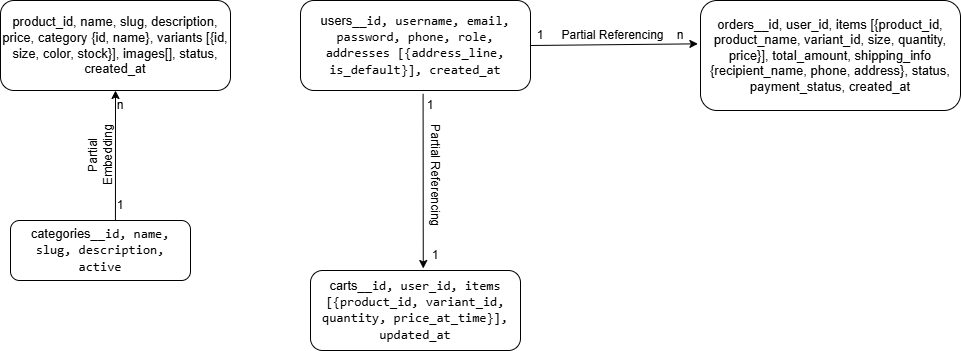
This is Docs/02-analysis/ERD_sportswear_SHOP.png from trongkhai0707-lgtm/sportswear-shop, a draw.io export, as it was before one commit. Source tidied: cells renumbered, new cells last; positions are measured from the earlier drawing's top-left corner, leaving out a move shared by most shapes. Source of this version:
```xml
<mxGraphModel>
  <root>
    <mxCell id="0" />
    <mxCell id="1" parent="0" />
    <mxCell id="2" value="&lt;font style=&quot;font-size: 13px;&quot;&gt;product_id, name, slug, description, price, category {id, name}, variants [{id, size, color, stock}], images[], status, created_at&lt;/font&gt;" style="rounded=1;whiteSpace=wrap;html=1;" parent="1" vertex="1">
      <mxGeometry width="230" height="90" as="geometry" />
    </mxCell>
    <mxCell id="3" value="&lt;font style=&quot;font-size: 13px;&quot;&gt;categories_&lt;span&gt;&lt;code&gt;_id, name, slug, description, active&lt;/code&gt;&lt;/span&gt;&lt;/font&gt;&lt;span&gt;&lt;sup class=&quot;superscript&quot;&gt;&lt;/sup&gt;&lt;/span&gt;" style="rounded=1;whiteSpace=wrap;html=1;" parent="1" vertex="1">
      <mxGeometry x="10" y="220" width="180" height="60" as="geometry" />
    </mxCell>
    <mxCell id="4" value="&lt;font style=&quot;font-size: 13px;&quot;&gt;users_&lt;span&gt;&lt;code&gt;_id, username, email, password, phone, role, addresses [{address_line, is_default}], created_at&lt;/code&gt;&lt;/span&gt;&lt;/font&gt;&lt;span&gt;&lt;sup class=&quot;superscript&quot;&gt;&lt;/sup&gt;&lt;/span&gt;" style="rounded=1;whiteSpace=wrap;html=1;" parent="1" vertex="1">
      <mxGeometry x="300" width="230" height="90" as="geometry" />
    </mxCell>
    <mxCell id="5" value="&lt;font style=&quot;font-size: 13px;&quot;&gt;carts_&lt;span&gt;&lt;code&gt;_id, user_id, items [{product_id, variant_id, quantity, price_at_time}], updated_at&lt;/code&gt;&lt;/span&gt;&lt;/font&gt;&lt;span&gt;&lt;sup class=&quot;superscript&quot;&gt;&lt;/sup&gt;&lt;/span&gt;" style="rounded=1;whiteSpace=wrap;html=1;" parent="1" vertex="1">
      <mxGeometry x="310" y="270" width="210" height="80" as="geometry" />
    </mxCell>
    <mxCell id="6" value="&lt;font style=&quot;font-size: 13px;&quot;&gt;orders__id, user_id, items [{product_id, product_name, variant_id, size, quantity, price}], total_amount, shipping_info {recipient_name, phone, address}, status, payment_status, created_at&lt;/font&gt;" style="rounded=1;whiteSpace=wrap;html=1;" parent="1" vertex="1">
      <mxGeometry x="700" width="260" height="110" as="geometry" />
    </mxCell>
    <mxCell id="7" style="endArrow=classic;html=1;rounded=0;entryX=0.5;entryY=1;entryDx=0;entryDy=0;exitX=0.583;exitY=0;exitDx=0;exitDy=0;exitPerimeter=0;" parent="1" edge="1" source="3" target="2">
      <mxGeometry relative="1" as="geometry" />
    </mxCell>
    <mxCell id="8" style="endArrow=classic;html=1;rounded=0;entryX=-0.01;entryY=0.394;entryDx=0;entryDy=0;entryPerimeter=0;exitX=1;exitY=0.5;exitDx=0;exitDy=0;" parent="1" edge="1" source="4" target="6">
      <mxGeometry relative="1" as="geometry" />
    </mxCell>
    <mxCell id="9" style="endArrow=classic;html=1;rounded=0;entryX=0.537;entryY=-0.025;entryDx=0;entryDy=0;entryPerimeter=0;exitX=0.533;exitY=1.037;exitDx=0;exitDy=0;exitPerimeter=0;" parent="1" edge="1" source="4" target="5">
      <mxGeometry relative="1" as="geometry" />
    </mxCell>
    <mxCell id="10" value="1" style="text;html=1;whiteSpace=wrap;strokeColor=none;fillColor=none;align=center;verticalAlign=middle;rounded=0;" parent="1" vertex="1">
      <mxGeometry x="510" y="20" width="60" height="30" as="geometry" />
    </mxCell>
    <mxCell id="11" value="n" style="text;html=1;whiteSpace=wrap;strokeColor=none;fillColor=none;align=center;verticalAlign=middle;rounded=0;" parent="1" vertex="1">
      <mxGeometry x="650" y="20" width="60" height="30" as="geometry" />
    </mxCell>
    <mxCell id="12" value="1" style="text;html=1;whiteSpace=wrap;strokeColor=none;fillColor=none;align=center;verticalAlign=middle;rounded=0;" parent="1" vertex="1">
      <mxGeometry x="90" y="190" width="60" height="30" as="geometry" />
    </mxCell>
    <mxCell id="13" value="n" style="text;html=1;whiteSpace=wrap;strokeColor=none;fillColor=none;align=center;verticalAlign=middle;rounded=0;" parent="1" vertex="1">
      <mxGeometry x="90" y="90" width="60" height="30" as="geometry" />
    </mxCell>
    <mxCell id="14" value="Partial Embedding" style="text;html=1;whiteSpace=wrap;strokeColor=none;fillColor=none;align=center;verticalAlign=middle;rounded=0;rotation=-90;" parent="1" vertex="1">
      <mxGeometry x="55" y="140" width="90" height="30" as="geometry" />
    </mxCell>
    <mxCell id="15" value="1" style="text;html=1;whiteSpace=wrap;strokeColor=none;fillColor=none;align=center;verticalAlign=middle;rounded=0;" parent="1" vertex="1">
      <mxGeometry x="405" y="240" width="60" height="30" as="geometry" />
    </mxCell>
    <mxCell id="16" value="1" style="text;html=1;whiteSpace=wrap;strokeColor=none;fillColor=none;align=center;verticalAlign=middle;rounded=0;" parent="1" vertex="1">
      <mxGeometry x="400" y="90" width="60" height="30" as="geometry" />
    </mxCell>
    <mxCell id="17" value="Partial&amp;nbsp;Referencing" style="text;html=1;whiteSpace=wrap;strokeColor=none;fillColor=none;align=center;verticalAlign=middle;rounded=0;" parent="1" vertex="1">
      <mxGeometry x="560" y="20" width="105" height="30" as="geometry" />
    </mxCell>
    <mxCell id="18" value="Partial&amp;nbsp;Referencing" style="text;html=1;whiteSpace=wrap;strokeColor=none;fillColor=none;align=center;verticalAlign=middle;rounded=0;rotation=90;" parent="1" vertex="1">
      <mxGeometry x="380" y="160" width="110" height="30" as="geometry" />
    </mxCell>
  </root>
</mxGraphModel>
```
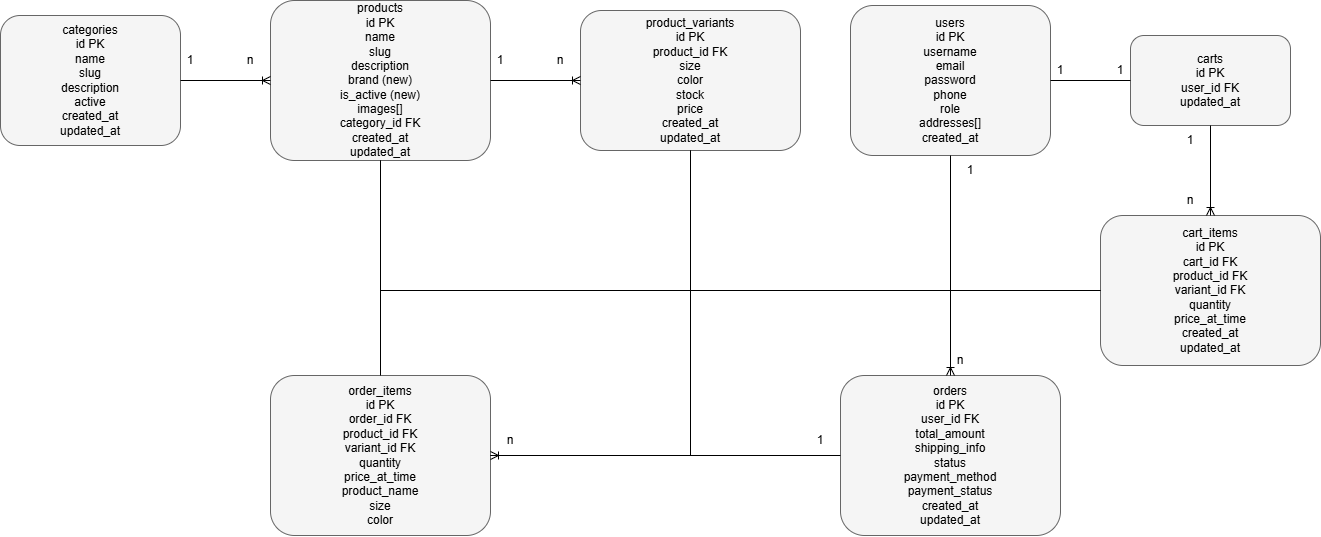
Above is the later version.

Change to the diagram source:
```diff
@@ -2,56 +2,95 @@
   <root>
     <mxCell id="0" />
     <mxCell id="1" parent="0" />
-    <mxCell id="2" value="&lt;font style=&quot;font-size: 13px;&quot;&gt;product_id, name, slug, description, price, category {id, name}, variants [{id, size, color, stock}], images[], status, created_at&lt;/font&gt;" style="rounded=1;whiteSpace=wrap;html=1;" parent="1" vertex="1">
-      <mxGeometry width="230" height="90" as="geometry" />
-    </mxCell>
-    <mxCell id="3" value="&lt;font style=&quot;font-size: 13px;&quot;&gt;categories_&lt;span&gt;&lt;code&gt;_id, name, slug, description, active&lt;/code&gt;&lt;/span&gt;&lt;/font&gt;&lt;span&gt;&lt;sup class=&quot;superscript&quot;&gt;&lt;/sup&gt;&lt;/span&gt;" style="rounded=1;whiteSpace=wrap;html=1;" parent="1" vertex="1">
-      <mxGeometry x="10" y="220" width="180" height="60" as="geometry" />
-    </mxCell>
-    <mxCell id="4" value="&lt;font style=&quot;font-size: 13px;&quot;&gt;users_&lt;span&gt;&lt;code&gt;_id, username, email, password, phone, role, addresses [{address_line, is_default}], created_at&lt;/code&gt;&lt;/span&gt;&lt;/font&gt;&lt;span&gt;&lt;sup class=&quot;superscript&quot;&gt;&lt;/sup&gt;&lt;/span&gt;" style="rounded=1;whiteSpace=wrap;html=1;" parent="1" vertex="1">
-      <mxGeometry x="300" width="230" height="90" as="geometry" />
-    </mxCell>
-    <mxCell id="5" value="&lt;font style=&quot;font-size: 13px;&quot;&gt;carts_&lt;span&gt;&lt;code&gt;_id, user_id, items [{product_id, variant_id, quantity, price_at_time}], updated_at&lt;/code&gt;&lt;/span&gt;&lt;/font&gt;&lt;span&gt;&lt;sup class=&quot;superscript&quot;&gt;&lt;/sup&gt;&lt;/span&gt;" style="rounded=1;whiteSpace=wrap;html=1;" parent="1" vertex="1">
-      <mxGeometry x="310" y="270" width="210" height="80" as="geometry" />
-    </mxCell>
-    <mxCell id="6" value="&lt;font style=&quot;font-size: 13px;&quot;&gt;orders__id, user_id, items [{product_id, product_name, variant_id, size, quantity, price}], total_amount, shipping_info {recipient_name, phone, address}, status, payment_status, created_at&lt;/font&gt;" style="rounded=1;whiteSpace=wrap;html=1;" parent="1" vertex="1">
-      <mxGeometry x="700" width="260" height="110" as="geometry" />
-    </mxCell>
-    <mxCell id="7" style="endArrow=classic;html=1;rounded=0;entryX=0.5;entryY=1;entryDx=0;entryDy=0;exitX=0.583;exitY=0;exitDx=0;exitDy=0;exitPerimeter=0;" parent="1" edge="1" source="3" target="2">
-      <mxGeometry relative="1" as="geometry" />
-    </mxCell>
-    <mxCell id="8" style="endArrow=classic;html=1;rounded=0;entryX=-0.01;entryY=0.394;entryDx=0;entryDy=0;entryPerimeter=0;exitX=1;exitY=0.5;exitDx=0;exitDy=0;" parent="1" edge="1" source="4" target="6">
-      <mxGeometry relative="1" as="geometry" />
-    </mxCell>
-    <mxCell id="9" style="endArrow=classic;html=1;rounded=0;entryX=0.537;entryY=-0.025;entryDx=0;entryDy=0;entryPerimeter=0;exitX=0.533;exitY=1.037;exitDx=0;exitDy=0;exitPerimeter=0;" parent="1" edge="1" source="4" target="5">
-      <mxGeometry relative="1" as="geometry" />
-    </mxCell>
-    <mxCell id="10" value="1" style="text;html=1;whiteSpace=wrap;strokeColor=none;fillColor=none;align=center;verticalAlign=middle;rounded=0;" parent="1" vertex="1">
-      <mxGeometry x="510" y="20" width="60" height="30" as="geometry" />
-    </mxCell>
-    <mxCell id="11" value="n" style="text;html=1;whiteSpace=wrap;strokeColor=none;fillColor=none;align=center;verticalAlign=middle;rounded=0;" parent="1" vertex="1">
-      <mxGeometry x="650" y="20" width="60" height="30" as="geometry" />
-    </mxCell>
-    <mxCell id="12" value="1" style="text;html=1;whiteSpace=wrap;strokeColor=none;fillColor=none;align=center;verticalAlign=middle;rounded=0;" parent="1" vertex="1">
-      <mxGeometry x="90" y="190" width="60" height="30" as="geometry" />
-    </mxCell>
-    <mxCell id="13" value="n" style="text;html=1;whiteSpace=wrap;strokeColor=none;fillColor=none;align=center;verticalAlign=middle;rounded=0;" parent="1" vertex="1">
-      <mxGeometry x="90" y="90" width="60" height="30" as="geometry" />
-    </mxCell>
-    <mxCell id="14" value="Partial Embedding" style="text;html=1;whiteSpace=wrap;strokeColor=none;fillColor=none;align=center;verticalAlign=middle;rounded=0;rotation=-90;" parent="1" vertex="1">
-      <mxGeometry x="55" y="140" width="90" height="30" as="geometry" />
-    </mxCell>
-    <mxCell id="15" value="1" style="text;html=1;whiteSpace=wrap;strokeColor=none;fillColor=none;align=center;verticalAlign=middle;rounded=0;" parent="1" vertex="1">
-      <mxGeometry x="405" y="240" width="60" height="30" as="geometry" />
-    </mxCell>
-    <mxCell id="16" value="1" style="text;html=1;whiteSpace=wrap;strokeColor=none;fillColor=none;align=center;verticalAlign=middle;rounded=0;" parent="1" vertex="1">
-      <mxGeometry x="400" y="90" width="60" height="30" as="geometry" />
-    </mxCell>
-    <mxCell id="17" value="Partial&amp;nbsp;Referencing" style="text;html=1;whiteSpace=wrap;strokeColor=none;fillColor=none;align=center;verticalAlign=middle;rounded=0;" parent="1" vertex="1">
-      <mxGeometry x="560" y="20" width="105" height="30" as="geometry" />
-    </mxCell>
-    <mxCell id="18" value="Partial&amp;nbsp;Referencing" style="text;html=1;whiteSpace=wrap;strokeColor=none;fillColor=none;align=center;verticalAlign=middle;rounded=0;rotation=90;" parent="1" vertex="1">
-      <mxGeometry x="380" y="160" width="110" height="30" as="geometry" />
-    </mxCell>
+    <mxCell id="19" value="categories&#10;id PK&#10;name&#10;slug&#10;description&#10;active&#10;created_at&#10;updated_at" style="rounded=1;whiteSpace=wrap;html=1;fillColor=#f5f5f5;strokeColor=#666666;" parent="1" vertex="1">
+      <mxGeometry x="50" y="-10" width="180" height="130" as="geometry" />
+    </mxCell>
+    <mxCell id="20" value="products&#10;id PK&#10;name&#10;slug&#10;description&#10;brand (new)&#10;is_active (new)&#10;images[]&#10;category_id FK&#10;created_at&#10;updated_at" style="rounded=1;whiteSpace=wrap;html=1;fillColor=#f5f5f5;strokeColor=#666666;" parent="1" vertex="1">
+      <mxGeometry x="320" y="-25" width="220" height="160" as="geometry" />
+    </mxCell>
+    <mxCell id="21" value="product_variants&#10;id PK&#10;product_id FK&#10;size&#10;color&#10;stock&#10;price&#10;created_at&#10;updated_at" style="rounded=1;whiteSpace=wrap;html=1;fillColor=#f5f5f5;strokeColor=#666666;" parent="1" vertex="1">
+      <mxGeometry x="630" y="-15" width="220" height="140" as="geometry" />
+    </mxCell>
+    <mxCell id="22" value="users&#10;id PK&#10;username&#10;email&#10;password&#10;phone&#10;role&#10;addresses[]&#10;created_at" style="rounded=1;whiteSpace=wrap;html=1;fillColor=#f5f5f5;strokeColor=#666666;" parent="1" vertex="1">
+      <mxGeometry x="900" y="-20" width="200" height="150" as="geometry" />
+    </mxCell>
+    <mxCell id="23" value="carts&#10;id PK&#10;user_id FK&#10;updated_at" style="rounded=1;whiteSpace=wrap;html=1;fillColor=#f5f5f5;strokeColor=#666666;" parent="1" vertex="1">
+      <mxGeometry x="1180" y="10" width="160" height="90" as="geometry" />
+    </mxCell>
+    <mxCell id="24" value="cart_items&#10;id PK&#10;cart_id FK&#10;product_id FK&#10;variant_id FK&#10;quantity&#10;price_at_time&#10;created_at&#10;updated_at" style="rounded=1;whiteSpace=wrap;html=1;fillColor=#f5f5f5;strokeColor=#666666;" parent="1" vertex="1">
+      <mxGeometry x="1150" y="190" width="220" height="150" as="geometry" />
+    </mxCell>
+    <mxCell id="25" value="orders&#10;id PK&#10;user_id FK&#10;total_amount&#10;shipping_info&#10;status&#10;payment_method&#10;payment_status&#10;created_at&#10;updated_at" style="rounded=1;whiteSpace=wrap;html=1;fillColor=#f5f5f5;strokeColor=#666666;" parent="1" vertex="1">
+      <mxGeometry x="890" y="350" width="220" height="160" as="geometry" />
+    </mxCell>
+    <mxCell id="26" value="order_items&#10;id PK&#10;order_id FK&#10;product_id FK&#10;variant_id FK&#10;quantity&#10;price_at_time&#10;product_name&#10;size&#10;color" style="rounded=1;whiteSpace=wrap;html=1;fillColor=#f5f5f5;strokeColor=#666666;" parent="1" vertex="1">
+      <mxGeometry x="320" y="350" width="220" height="160" as="geometry" />
+    </mxCell>
+    <mxCell id="27" style="edgeStyle=orthogonalEdgeStyle;rounded=0;jettySize=auto;html=1;endArrow=ERoneToMany;endFill=1;" parent="1" edge="1" source="19" target="20">
+      <mxGeometry relative="1" as="geometry" />
+    </mxCell>
+    <mxCell id="28" style="edgeStyle=orthogonalEdgeStyle;rounded=0;jettySize=auto;html=1;endArrow=ERoneToMany;endFill=1;" parent="1" edge="1" source="20" target="21">
+      <mxGeometry relative="1" as="geometry" />
+    </mxCell>
+    <mxCell id="29" style="edgeStyle=orthogonalEdgeStyle;rounded=0;jettySize=auto;html=1;endArrow=ERoneToOne;endFill=1;" parent="1" edge="1" source="22" target="23">
+      <mxGeometry relative="1" as="geometry" />
+    </mxCell>
+    <mxCell id="30" style="edgeStyle=orthogonalEdgeStyle;rounded=0;jettySize=auto;html=1;endArrow=ERoneToMany;endFill=1;" parent="1" edge="1" source="23" target="24">
+      <mxGeometry relative="1" as="geometry" />
+    </mxCell>
+    <mxCell id="31" style="edgeStyle=orthogonalEdgeStyle;rounded=0;jettySize=auto;html=1;endArrow=ERmanyToOne;endFill=1;" parent="1" edge="1" source="24" target="20">
+      <mxGeometry relative="1" as="geometry" />
+    </mxCell>
+    <mxCell id="32" style="edgeStyle=orthogonalEdgeStyle;rounded=0;jettySize=auto;html=1;endArrow=ERmanyToOne;endFill=1;" parent="1" edge="1" source="24" target="21">
+      <mxGeometry relative="1" as="geometry" />
+    </mxCell>
+    <mxCell id="33" style="edgeStyle=orthogonalEdgeStyle;rounded=0;jettySize=auto;html=1;endArrow=ERoneToMany;endFill=1;" parent="1" edge="1" source="22" target="25">
+      <mxGeometry relative="1" as="geometry" />
+    </mxCell>
+    <mxCell id="34" style="edgeStyle=orthogonalEdgeStyle;rounded=0;jettySize=auto;html=1;endArrow=ERoneToMany;endFill=1;" parent="1" edge="1" source="25" target="26">
+      <mxGeometry relative="1" as="geometry" />
+    </mxCell>
+    <mxCell id="35" style="edgeStyle=orthogonalEdgeStyle;rounded=0;jettySize=auto;html=1;endArrow=ERmanyToOne;endFill=1;" parent="1" edge="1" source="26" target="20">
+      <mxGeometry relative="1" as="geometry" />
+    </mxCell>
+    <mxCell id="36" style="edgeStyle=orthogonalEdgeStyle;rounded=0;jettySize=auto;html=1;endArrow=ERmanyToOne;endFill=1;" parent="1" edge="1" source="26" target="21">
+      <mxGeometry relative="1" as="geometry" />
+    </mxCell>
+    <mxCell id="37" value="1" style="text;html=1;whiteSpace=wrap;strokeColor=none;fillColor=none;align=center;verticalAlign=middle;rounded=0;" parent="1" vertex="1">
+      <mxGeometry x="210" y="20" width="60" height="30" as="geometry" />
+    </mxCell>
+    <mxCell id="38" value="n" style="text;html=1;whiteSpace=wrap;strokeColor=none;fillColor=none;align=center;verticalAlign=middle;rounded=0;" parent="1" vertex="1">
+      <mxGeometry x="270" y="20" width="60" height="30" as="geometry" />
+    </mxCell>
+    <mxCell id="39" value="1" style="text;html=1;whiteSpace=wrap;strokeColor=none;fillColor=none;align=center;verticalAlign=middle;rounded=0;" parent="1" vertex="1">
+      <mxGeometry x="520" y="20" width="60" height="30" as="geometry" />
+    </mxCell>
+    <mxCell id="40" value="n" style="text;html=1;whiteSpace=wrap;strokeColor=none;fillColor=none;align=center;verticalAlign=middle;rounded=0;" parent="1" vertex="1">
+      <mxGeometry x="580" y="20" width="60" height="30" as="geometry" />
+    </mxCell>
+    <mxCell id="41" value="1" style="text;html=1;whiteSpace=wrap;strokeColor=none;fillColor=none;align=center;verticalAlign=middle;rounded=0;" parent="1" vertex="1">
+      <mxGeometry x="1080" y="30" width="60" height="30" as="geometry" />
+    </mxCell>
+    <mxCell id="42" value="1" style="text;html=1;whiteSpace=wrap;strokeColor=none;fillColor=none;align=center;verticalAlign=middle;rounded=0;" parent="1" vertex="1">
+      <mxGeometry x="1140" y="30" width="60" height="30" as="geometry" />
+    </mxCell>
+    <mxCell id="43" value="1" style="text;html=1;whiteSpace=wrap;strokeColor=none;fillColor=none;align=center;verticalAlign=middle;rounded=0;" parent="1" vertex="1">
+      <mxGeometry x="1210" y="100" width="60" height="30" as="geometry" />
+    </mxCell>
+    <mxCell id="44" value="n" style="text;html=1;whiteSpace=wrap;strokeColor=none;fillColor=none;align=center;verticalAlign=middle;rounded=0;" parent="1" vertex="1">
+      <mxGeometry x="1210" y="160" width="60" height="30" as="geometry" />
+    </mxCell>
+    <mxCell id="45" value="1" style="text;html=1;whiteSpace=wrap;strokeColor=none;fillColor=none;align=center;verticalAlign=middle;rounded=0;" parent="1" vertex="1">
+      <mxGeometry x="990" y="130" width="60" height="30" as="geometry" />
+    </mxCell>
+    <mxCell id="46" value="n" style="text;html=1;whiteSpace=wrap;strokeColor=none;fillColor=none;align=center;verticalAlign=middle;rounded=0;" parent="1" vertex="1">
+      <mxGeometry x="980" y="320" width="60" height="30" as="geometry" />
+    </mxCell>
+    <mxCell id="47" value="1" style="text;html=1;whiteSpace=wrap;strokeColor=none;fillColor=none;align=center;verticalAlign=middle;rounded=0;" parent="1" vertex="1">
+      <mxGeometry x="840" y="400" width="60" height="30" as="geometry" />
+    </mxCell>
+    <mxCell id="48" value="n" style="text;html=1;whiteSpace=wrap;strokeColor=none;fillColor=none;align=center;verticalAlign=middle;rounded=0;" parent="1" vertex="1">
+      <mxGeometry x="530" y="400" width="60" height="30" as="geometry" />
+    </mxCell>
   </root>
 </mxGraphModel>
```
